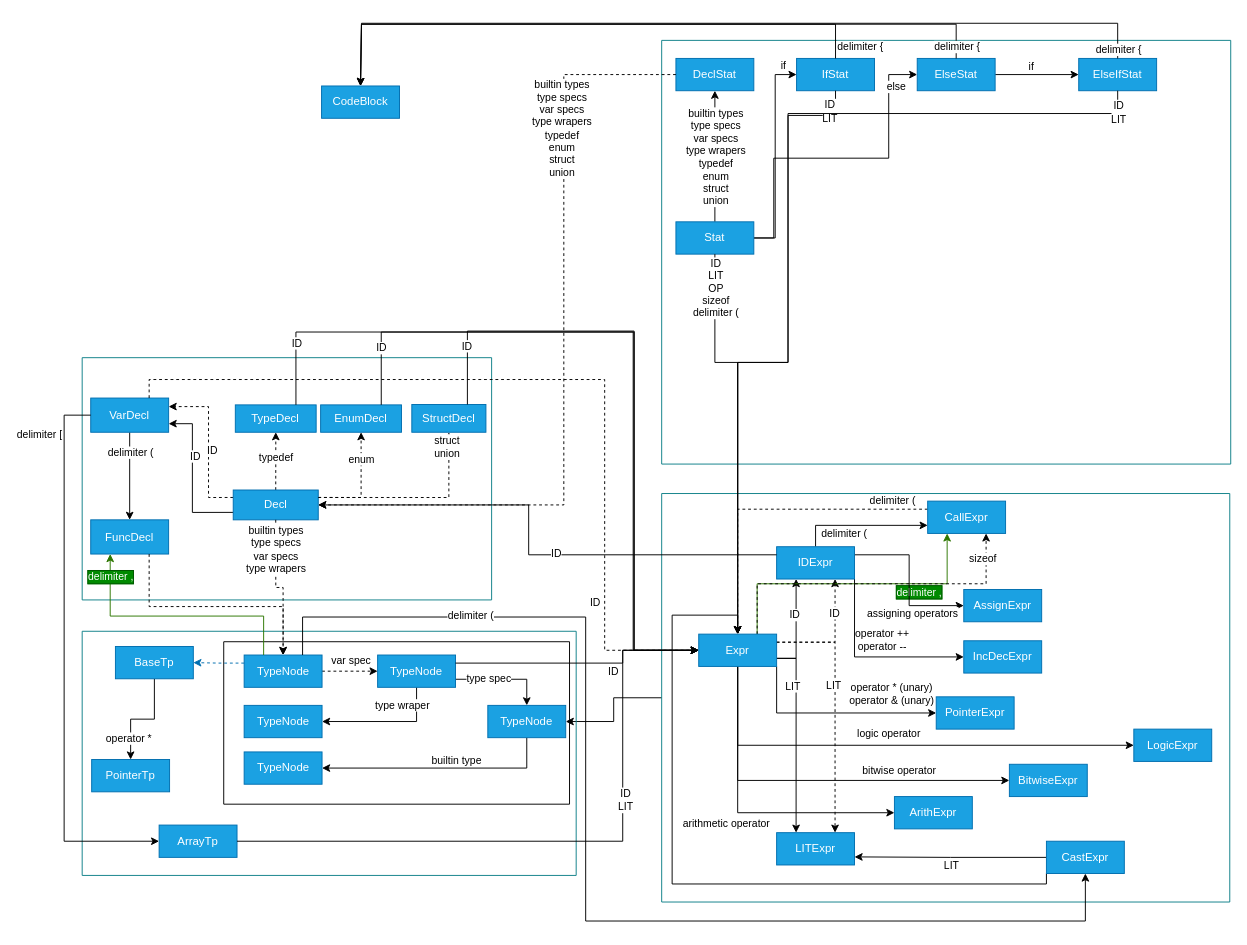
This is Стековая_диаграмма_МТиК.drawio from OskarGaliullin231-329/translation-university, a draw.io file, before an edit. Source tidied: cells renumbered, new cells numbered last; positions are measured from the earlier drawing's top-left corner, leaving out a move shared by most shapes. Both pictures are drawn from the tidied source at 95%, with x=0, y=0 at pixel (64, 23).
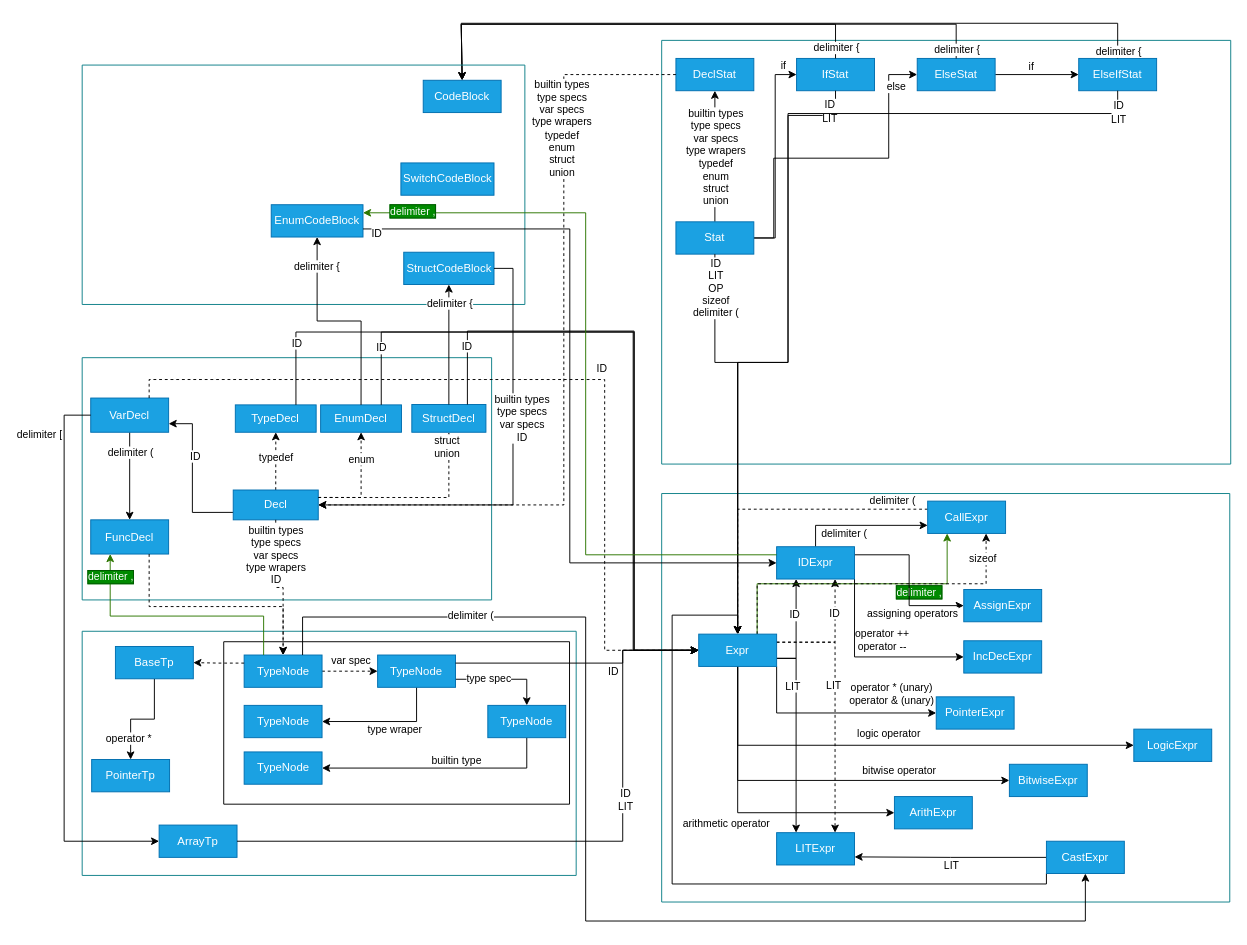
Above is the later version.

The change refers to these unchanged cells:
```xml
<mxCell id="2" style="swimlane;startSize=0;fillColor=#b0e3e6;strokeColor=#0e8088;" parent="1" vertex="1">
  <mxGeometry x="19" y="352" width="431" height="255" as="geometry" />
</mxCell>
<mxCell id="5" value="VarDecl" style="rounded=0;whiteSpace=wrap;html=1;fillColor=#1ba1e2;fontColor=#ffffff;strokeColor=#006EAF;" parent="2" vertex="1">
  <mxGeometry x="9" y="42.5" width="82" height="36" as="geometry" />
</mxCell>
<mxCell id="10" value="EnumDecl" style="rounded=0;whiteSpace=wrap;html=1;fillColor=#1ba1e2;fontColor=#ffffff;strokeColor=#006EAF;" parent="2" vertex="1">
  <mxGeometry x="251" y="49.7" width="85.1" height="28.8" as="geometry" />
</mxCell>
<mxCell id="17" value="Decl" style="rounded=0;whiteSpace=wrap;html=1;fillColor=#1ba1e2;fontColor=#ffffff;strokeColor=#006EAF;" parent="2" vertex="1">
  <mxGeometry x="159" y="139.3" width="89.5" height="31.4" as="geometry" />
</mxCell>
<mxCell id="18" value="StructDecl" style="rounded=0;whiteSpace=wrap;html=1;fillColor=#1ba1e2;fontColor=#ffffff;strokeColor=#006EAF;" parent="2" vertex="1">
  <mxGeometry x="347" y="49.3" width="78" height="29.2" as="geometry" />
</mxCell>
<mxCell id="21" style="edgeStyle=orthogonalEdgeStyle;rounded=0;jettySize=auto;html=1;exitX=0.5;exitY=1;exitDx=0;exitDy=0;entryX=0.5;entryY=0;entryDx=0;entryDy=0;dashed=1;" parent="1" edge="1" source="17" target="71">
  <mxGeometry relative="1" as="geometry" />
</mxCell>
<mxCell id="24" style="swimlane;startSize=0;fillColor=#b0e3e6;strokeColor=#0e8088;" parent="1" vertex="1">
  <mxGeometry x="629" y="495" width="598" height="430" as="geometry" />
</mxCell>
<mxCell id="52" value="IDExpr" style="rounded=0;whiteSpace=wrap;html=1;fillColor=#1ba1e2;fontColor=#ffffff;strokeColor=#006EAF;" parent="24" vertex="1">
  <mxGeometry x="121" y="56" width="82" height="34" as="geometry" />
</mxCell>
<mxCell id="67" style="swimlane;startSize=0;fillColor=#b0e3e6;strokeColor=#0e8088;" parent="1" vertex="1">
  <mxGeometry x="19" y="640" width="520" height="257" as="geometry" />
</mxCell>
<mxCell id="71" value="TypeNode" style="rounded=0;whiteSpace=wrap;html=1;fillColor=#1ba1e2;fontColor=#ffffff;strokeColor=#006EAF;" parent="68" vertex="1">
  <mxGeometry x="21.5" y="14" width="82" height="34" as="geometry" />
</mxCell>
<mxCell id="74" value="TypeNode" style="rounded=0;whiteSpace=wrap;html=1;fillColor=#1ba1e2;fontColor=#ffffff;strokeColor=#006EAF;" parent="68" vertex="1">
  <mxGeometry x="278" y="67" width="82" height="34" as="geometry" />
</mxCell>
<mxCell id="75" style="edgeStyle=orthogonalEdgeStyle;rounded=0;jettySize=auto;html=1;exitX=0.5;exitY=1;exitDx=0;exitDy=0;entryX=1;entryY=0.5;entryDx=0;entryDy=0;" parent="68" edge="1" source="79" target="80">
  <mxGeometry relative="1" as="geometry" />
</mxCell>
<mxCell id="84" value="BaseTp" style="rounded=0;whiteSpace=wrap;html=1;fillColor=#1ba1e2;fontColor=#ffffff;strokeColor=#006EAF;" parent="67" vertex="1">
  <mxGeometry x="35" y="16" width="82" height="34" as="geometry" />
</mxCell>
<mxCell id="92" style="edgeStyle=orthogonalEdgeStyle;rounded=0;jettySize=auto;html=1;exitX=0.75;exitY=0;exitDx=0;exitDy=0;entryX=0;entryY=0.5;entryDx=0;entryDy=0;dashed=1;" parent="1" edge="1" source="5" target="47">
  <mxGeometry relative="1" as="geometry">
    <Array as="points">
      <mxPoint x="90" y="375" />
      <mxPoint x="569" y="375" />
      <mxPoint x="569" y="660" />
    </Array>
  </mxGeometry>
</mxCell>
<mxCell id="115" value="IfStat" style="rounded=0;whiteSpace=wrap;html=1;fillColor=#1ba1e2;fontColor=#ffffff;strokeColor=#006EAF;" parent="106" vertex="1">
  <mxGeometry x="142" y="19" width="82" height="34" as="geometry" />
</mxCell>
<mxCell id="118" value="ElseStat" style="rounded=0;whiteSpace=wrap;html=1;fillColor=#1ba1e2;fontColor=#ffffff;strokeColor=#006EAF;" parent="106" vertex="1">
  <mxGeometry x="269" y="19" width="82" height="34" as="geometry" />
</mxCell>
<mxCell id="119" value="ElseIfStat" style="rounded=0;whiteSpace=wrap;html=1;fillColor=#1ba1e2;fontColor=#ffffff;strokeColor=#006EAF;" parent="106" vertex="1">
  <mxGeometry x="439" y="19" width="82" height="34" as="geometry" />
</mxCell>
```

Diff of the diagram source:
```diff
@@
-    <mxCell id="15" style="edgeStyle=orthogonalEdgeStyle;rounded=0;jettySize=auto;html=1;exitX=0;exitY=0.25;exitDx=0;exitDy=0;entryX=1;entryY=0.25;entryDx=0;entryDy=0;dashed=1;" parent="2" edge="1" source="17" target="5">
-      <mxGeometry relative="1" as="geometry">
-        <Array as="points">
-          <mxPoint x="133" y="147" />
-          <mxPoint x="133" y="51" />
-        </Array>
-      </mxGeometry>
-    </mxCell>
-    <mxCell id="16" value="ID" style="edgeLabel;html=1;align=center;verticalAlign=middle;" parent="15" vertex="1">
-      <mxGeometry x="-0.07" y="-3" relative="1" as="geometry" />
-    </mxCell>
@@
-    <mxCell id="22" value="&lt;div&gt;builtin types&lt;/div&gt;&lt;div&gt;type specs&lt;/div&gt;&lt;div&gt;var specs&lt;/div&gt;&lt;div&gt;type wrapers&lt;/div&gt;" style="edgeLabel;html=1;align=center;verticalAlign=middle;" parent="21" vertex="1">
+    <mxCell id="22" value="&lt;div&gt;builtin types&lt;/div&gt;&lt;div&gt;type specs&lt;/div&gt;&lt;div&gt;var specs&lt;/div&gt;&lt;div&gt;type wrapers&lt;/div&gt;&lt;div&gt;ID&lt;/div&gt;" style="edgeLabel;html=1;align=center;verticalAlign=middle;" parent="21" vertex="1">
       <mxGeometry x="-0.87" y="1" relative="1" as="geometry">
-        <mxPoint x="-1" y="21" as="offset" />
+        <mxPoint x="-1" y="27" as="offset" />
       </mxGeometry>
     </mxCell>
-    <mxCell id="23" style="edgeStyle=orthogonalEdgeStyle;rounded=0;jettySize=auto;html=1;" parent="1" edge="1" source="24" target="74">
-      <mxGeometry relative="1" as="geometry" />
-    </mxCell>
@@
     <mxCell id="76" value="&lt;div&gt;type wraper&lt;/div&gt;" style="edgeLabel;html=1;align=center;verticalAlign=middle;" parent="75" vertex="1">
       <mxGeometry x="-0.36" y="-3" relative="1" as="geometry">
-        <mxPoint x="-9" y="-15" as="offset" />
+        <mxPoint x="-17" y="11" as="offset" />
       </mxGeometry>
     </mxCell>
@@
-    <mxCell id="85" style="edgeStyle=orthogonalEdgeStyle;rounded=0;jettySize=auto;html=1;exitX=0;exitY=0.25;exitDx=0;exitDy=0;entryX=1;entryY=0.5;entryDx=0;entryDy=0;dashed=1;fillColor=#1ba1e2;strokeColor=#006EAF;" parent="67" edge="1" source="71" target="84">
+    <mxCell id="85" style="edgeStyle=orthogonalEdgeStyle;rounded=0;jettySize=auto;html=1;exitX=0;exitY=0.25;exitDx=0;exitDy=0;entryX=1;entryY=0.5;entryDx=0;entryDy=0;dashed=1;" parent="67" edge="1" source="71" target="84">
       <mxGeometry relative="1" as="geometry" />
     </mxCell>
@@
     <mxCell id="93" value="ID" style="edgeLabel;html=1;align=center;verticalAlign=middle;" parent="92" vertex="1">
       <mxGeometry x="0.69" y="3" relative="1" as="geometry">
-        <mxPoint x="-14" y="-13" as="offset" />
+        <mxPoint x="-7" y="-259" as="offset" />
       </mxGeometry>
     </mxCell>
@@
-    <mxCell id="105" value="CodeBlock" style="rounded=0;whiteSpace=wrap;html=1;fillColor=#1ba1e2;fontColor=#ffffff;strokeColor=#006EAF;" parent="1" vertex="1">
-      <mxGeometry x="271" y="66" width="82" height="34" as="geometry" />
-    </mxCell>
@@
-    <mxCell id="122" style="edgeStyle=orthogonalEdgeStyle;rounded=0;jettySize=auto;html=1;exitX=0;exitY=0.25;exitDx=0;exitDy=0;entryX=1;entryY=0.5;entryDx=0;entryDy=0;" parent="1" edge="1" source="52" target="17">
-      <mxGeometry relative="1" as="geometry">
-        <Array as="points">
-          <mxPoint x="489" y="559" />
-          <mxPoint x="489" y="507" />
-        </Array>
-      </mxGeometry>
-    </mxCell>
-    <mxCell id="123" value="ID" style="edgeLabel;html=1;align=center;verticalAlign=middle;" parent="122" vertex="1">
-      <mxGeometry x="-0.13" y="-2" relative="1" as="geometry" />
-    </mxCell>
@@
     <mxCell id="126" style="edgeStyle=orthogonalEdgeStyle;rounded=0;jettySize=auto;html=1;exitX=0.5;exitY=0;exitDx=0;exitDy=0;entryX=0.5;entryY=0;entryDx=0;entryDy=0;" parent="1" edge="1" source="115" target="105">
       <mxGeometry relative="1" as="geometry">
         <Array as="points">
           <mxPoint x="812" y="1" />
-          <mxPoint x="313" y="1" />
+          <mxPoint x="418" y="1" />
         </Array>
       </mxGeometry>
     </mxCell>
     <mxCell id="127" value="delimiter {" style="edgeLabel;html=1;align=center;verticalAlign=middle;" parent="126" vertex="1">
       <mxGeometry x="0.18" y="-2" relative="1" as="geometry">
-        <mxPoint x="343" y="25" as="offset" />
+        <mxPoint x="253" y="26" as="offset" />
       </mxGeometry>
     </mxCell>
     <mxCell id="128" style="edgeStyle=orthogonalEdgeStyle;rounded=0;jettySize=auto;html=1;exitX=0.5;exitY=0;exitDx=0;exitDy=0;entryX=0.5;entryY=0;entryDx=0;entryDy=0;" parent="1" edge="1" source="118" target="105">
       <mxGeometry relative="1" as="geometry">
         <Array as="points">
           <mxPoint x="939" y="1" />
-          <mxPoint x="313" y="1" />
+          <mxPoint x="418" y="1" />
         </Array>
       </mxGeometry>
     </mxCell>
@@
     <mxCell id="130" style="edgeStyle=orthogonalEdgeStyle;rounded=0;jettySize=auto;html=1;exitX=0.5;exitY=0;exitDx=0;exitDy=0;entryX=0.5;entryY=0;entryDx=0;entryDy=0;" parent="1" edge="1" source="119" target="105">
       <mxGeometry relative="1" as="geometry">
         <Array as="points">
           <mxPoint x="1109" />
-          <mxPoint x="313" />
+          <mxPoint x="418" />
         </Array>
       </mxGeometry>
     </mxCell>
@@
+    <mxCell id="138" style="swimlane;startSize=0;fillColor=#b0e3e6;strokeColor=#0e8088;" parent="1" vertex="1">
+      <mxGeometry x="19" y="44" width="466" height="252" as="geometry" />
+    </mxCell>
+    <mxCell id="105" value="CodeBlock" style="rounded=0;whiteSpace=wrap;html=1;fillColor=#1ba1e2;fontColor=#ffffff;strokeColor=#006EAF;" parent="138" vertex="1">
+      <mxGeometry x="359" y="16" width="82" height="34" as="geometry" />
+    </mxCell>
+    <mxCell id="139" value="StructCodeBlock" style="rounded=0;whiteSpace=wrap;html=1;fillColor=#1ba1e2;fontColor=#ffffff;strokeColor=#006EAF;" parent="138" vertex="1">
+      <mxGeometry x="338.5" y="197" width="95" height="34" as="geometry" />
+    </mxCell>
+    <mxCell id="140" value="EnumCodeBlock" style="rounded=0;whiteSpace=wrap;html=1;fillColor=#1ba1e2;fontColor=#ffffff;strokeColor=#006EAF;" parent="138" vertex="1">
+      <mxGeometry x="199" y="147" width="96.6" height="34" as="geometry" />
+    </mxCell>
+    <mxCell id="141" value="SwitchCodeBlock" style="rounded=0;whiteSpace=wrap;html=1;fillColor=#1ba1e2;fontColor=#ffffff;strokeColor=#006EAF;" parent="138" vertex="1">
+      <mxGeometry x="335.5" y="103" width="98" height="34" as="geometry" />
+    </mxCell>
+    <mxCell id="142" style="edgeStyle=orthogonalEdgeStyle;rounded=0;jettySize=auto;html=1;exitX=0.5;exitY=0;exitDx=0;exitDy=0;entryX=0.5;entryY=1;entryDx=0;entryDy=0;" parent="1" edge="1" source="10" target="140">
+      <mxGeometry relative="1" as="geometry" />
+    </mxCell>
+    <mxCell id="143" value="delimiter {" style="edgeLabel;html=1;align=center;verticalAlign=middle;" parent="142" vertex="1">
+      <mxGeometry x="0.73" y="1" relative="1" as="geometry" />
+    </mxCell>
+    <mxCell id="144" style="edgeStyle=orthogonalEdgeStyle;rounded=0;jettySize=auto;html=1;exitX=0.5;exitY=0;exitDx=0;exitDy=0;entryX=0.5;entryY=1;entryDx=0;entryDy=0;" parent="1" edge="1" source="18" target="139">
+      <mxGeometry relative="1" as="geometry" />
+    </mxCell>
+    <mxCell id="145" value="delimiter {" style="edgeLabel;html=1;align=center;verticalAlign=middle;" parent="144" vertex="1">
+      <mxGeometry x="0.78" y="-2" relative="1" as="geometry">
+        <mxPoint x="-2" y="5" as="offset" />
+      </mxGeometry>
+    </mxCell>
+    <mxCell id="146" style="edgeStyle=orthogonalEdgeStyle;rounded=0;jettySize=auto;html=1;exitX=1;exitY=0.75;exitDx=0;exitDy=0;entryX=0;entryY=0.5;entryDx=0;entryDy=0;" parent="1" edge="1" source="140" target="52">
+      <mxGeometry relative="1" as="geometry" />
+    </mxCell>
+    <mxCell id="147" value="ID" style="edgeLabel;html=1;align=center;verticalAlign=middle;" parent="146" vertex="1">
+      <mxGeometry x="-0.91" y="4" relative="1" as="geometry">
+        <mxPoint x="-21" y="8" as="offset" />
+      </mxGeometry>
+    </mxCell>
+    <mxCell id="148" style="edgeStyle=orthogonalEdgeStyle;rounded=0;jettySize=auto;html=1;exitX=0;exitY=0.25;exitDx=0;exitDy=0;entryX=1;entryY=0.25;entryDx=0;entryDy=0;fillColor=#60a917;strokeColor=#2D7600;" parent="1" edge="1" source="52" target="140">
+      <mxGeometry relative="1" as="geometry">
+        <Array as="points">
+          <mxPoint x="549" y="559" />
+          <mxPoint x="549" y="199" />
+        </Array>
+      </mxGeometry>
+    </mxCell>
+    <mxCell id="149" value="delimiter ," style="edgeLabel;html=1;align=center;verticalAlign=middle;labelBackgroundColor=#008a00;fontColor=#ffffff;labelBorderColor=#005700;" parent="148" vertex="1">
+      <mxGeometry x="0.23" y="-3" relative="1" as="geometry">
+        <mxPoint x="-186" y="-74" as="offset" />
+      </mxGeometry>
+    </mxCell>
+    <mxCell id="150" style="edgeStyle=orthogonalEdgeStyle;rounded=0;jettySize=auto;html=1;exitX=1;exitY=0.5;exitDx=0;exitDy=0;entryX=1;entryY=0.5;entryDx=0;entryDy=0;" parent="1" edge="1" source="139" target="17">
+      <mxGeometry relative="1" as="geometry" />
+    </mxCell>
+    <mxCell id="151" value="&lt;div&gt;builtin types&lt;/div&gt;&lt;div&gt;type specs&lt;/div&gt;&lt;div&gt;var specs&lt;/div&gt;&lt;div&gt;ID&lt;/div&gt;" style="edgeLabel;html=1;align=center;verticalAlign=middle;" parent="150" vertex="1">
+      <mxGeometry x="-0.84" relative="1" as="geometry">
+        <mxPoint x="9" y="139" as="offset" />
+      </mxGeometry>
+    </mxCell>
```
